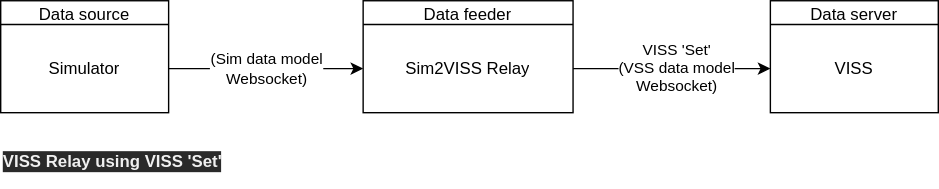
Above: feeders/r-sim-feeder/doc/r-sim2viss-feeder-viss-set.drawio.svg in slawr/vss-otaku (draw.io), before the change. Source tidied: cells renumbered, new cells last; positions are measured from the earlier drawing's top-left corner, leaving out a move shared by most shapes. Source of this version:
```xml
<mxGraphModel>
  <root>
    <mxCell id="0" />
    <mxCell id="1" parent="0" />
    <mxCell id="2" style="endArrow=classic;html=1;exitX=1;exitY=0.5;exitDx=0;exitDy=0;entryX=0;entryY=0.5;entryDx=0;entryDy=0;" parent="1" edge="1" source="13" target="18">
      <mxGeometry relative="1" as="geometry" />
    </mxCell>
    <mxCell id="3" value="VISS 'Set'&lt;br&gt;(VSS data model&lt;br&gt;Websocket)" style="edgeLabel;html=1;align=center;verticalAlign=middle;" parent="2" vertex="1">
      <mxGeometry relative="1" as="geometry">
        <mxPoint x="2" y="-1" as="offset" />
      </mxGeometry>
    </mxCell>
    <mxCell id="4" value="(Sim data model&lt;br&gt;Websocket)" style="edgeStyle=none;html=1;strokeWidth=1;exitX=1;exitY=0.5;exitDx=0;exitDy=0;entryX=0;entryY=0.5;entryDx=0;entryDy=0;" parent="1" edge="1" source="8" target="13">
      <mxGeometry relative="1" as="geometry" />
    </mxCell>
    <mxCell id="5" style="shape=table;html=1;whiteSpace=wrap;startSize=0;" parent="1" vertex="1">
      <mxGeometry width="120" height="80" as="geometry" />
    </mxCell>
    <mxCell id="6" style="shape=partialRectangle;html=1;whiteSpace=wrap;fillColor=none;top=0;left=0;bottom=0;right=0;" parent="5" vertex="1">
      <mxGeometry width="120" height="17" as="geometry" />
    </mxCell>
    <mxCell id="7" value="Data source" style="shape=partialRectangle;html=1;whiteSpace=wrap;fillColor=none;top=0;left=0;bottom=0;right=0;overflow=hidden;" parent="6" vertex="1">
      <mxGeometry width="120" height="17" as="geometry" />
    </mxCell>
    <mxCell id="8" style="shape=partialRectangle;html=1;whiteSpace=wrap;fillColor=none;top=0;left=0;bottom=0;right=0;points=[[0,0.5],[1,0.5]];portConstraint=eastwest;" parent="5" vertex="1">
      <mxGeometry y="17" width="120" height="63" as="geometry" />
    </mxCell>
    <mxCell id="9" value="Simulator" style="shape=partialRectangle;html=1;whiteSpace=wrap;fillColor=none;top=0;left=0;bottom=0;right=0;overflow=hidden;" parent="8" vertex="1">
      <mxGeometry width="120" height="63" as="geometry" />
    </mxCell>
    <mxCell id="10" style="shape=table;html=1;whiteSpace=wrap;startSize=0;" parent="1" vertex="1">
      <mxGeometry x="259" width="150" height="80" as="geometry" />
    </mxCell>
    <mxCell id="11" style="shape=partialRectangle;html=1;whiteSpace=wrap;fillColor=none;top=0;left=0;bottom=0;right=0;" parent="10" vertex="1">
      <mxGeometry width="150" height="17" as="geometry" />
    </mxCell>
    <mxCell id="12" value="Data feeder" style="shape=partialRectangle;html=1;whiteSpace=wrap;fillColor=none;top=0;left=0;bottom=0;right=0;overflow=hidden;" parent="11" vertex="1">
      <mxGeometry width="150" height="17" as="geometry" />
    </mxCell>
    <mxCell id="13" style="shape=partialRectangle;html=1;whiteSpace=wrap;fillColor=none;top=0;left=0;bottom=0;right=0;points=[[0,0.5],[1,0.5]];portConstraint=eastwest;" parent="10" vertex="1">
      <mxGeometry y="17" width="150" height="63" as="geometry" />
    </mxCell>
    <mxCell id="14" value="Sim2VISS Relay" style="shape=partialRectangle;html=1;whiteSpace=wrap;fillColor=none;top=0;left=0;bottom=0;right=0;overflow=hidden;" parent="13" vertex="1">
      <mxGeometry width="150" height="63" as="geometry" />
    </mxCell>
    <mxCell id="15" style="shape=table;html=1;whiteSpace=wrap;startSize=0;" parent="1" vertex="1">
      <mxGeometry x="550" width="120" height="80" as="geometry" />
    </mxCell>
    <mxCell id="16" style="shape=partialRectangle;html=1;whiteSpace=wrap;fillColor=none;top=0;left=0;bottom=0;right=0;" parent="15" vertex="1">
      <mxGeometry width="120" height="17" as="geometry" />
    </mxCell>
    <mxCell id="17" value="Data server" style="shape=partialRectangle;html=1;whiteSpace=wrap;fillColor=none;top=0;left=0;bottom=0;right=0;overflow=hidden;" parent="16" vertex="1">
      <mxGeometry width="120" height="17" as="geometry" />
    </mxCell>
    <mxCell id="18" style="shape=partialRectangle;html=1;whiteSpace=wrap;fillColor=none;top=0;left=0;bottom=0;right=0;points=[[0,0.5],[1,0.5]];portConstraint=eastwest;" parent="15" vertex="1">
      <mxGeometry y="17" width="120" height="63" as="geometry" />
    </mxCell>
    <mxCell id="19" value="VISS" style="shape=partialRectangle;html=1;whiteSpace=wrap;fillColor=none;top=0;left=0;bottom=0;right=0;overflow=hidden;" parent="18" vertex="1">
      <mxGeometry width="120" height="63" as="geometry" />
    </mxCell>
    <mxCell id="20" value="&lt;p style=&quot;color: rgb(240, 240, 240); font-family: helvetica; font-style: normal; letter-spacing: normal; text-indent: 0px; text-transform: none; word-spacing: 0px; background-color: rgb(42, 42, 42);&quot;&gt;&lt;b&gt;VISS Relay using VISS 'Set'&lt;/b&gt;&lt;/p&gt;" style="text;html=1;strokeColor=none;fillColor=none;align=left;verticalAlign=middle;whiteSpace=wrap;rounded=0;" parent="1" vertex="1">
      <mxGeometry y="100" width="180" height="30" as="geometry" />
    </mxCell>
  </root>
</mxGraphModel>
```
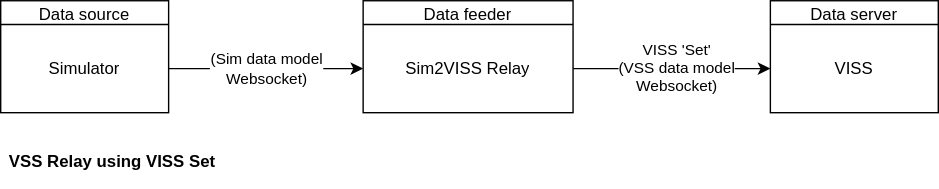
Above is the later version.

Commit message:
r-sim feeder: fix diagram label formatting

The edit, as a diff of the source:
```diff
@@ -58,8 +58,8 @@
     <mxCell id="19" value="VISS" style="shape=partialRectangle;html=1;whiteSpace=wrap;fillColor=none;top=0;left=0;bottom=0;right=0;overflow=hidden;" parent="18" vertex="1">
       <mxGeometry width="120" height="63" as="geometry" />
     </mxCell>
-    <mxCell id="20" value="&lt;p style=&quot;color: rgb(240, 240, 240); font-family: helvetica; font-style: normal; letter-spacing: normal; text-indent: 0px; text-transform: none; word-spacing: 0px; background-color: rgb(42, 42, 42);&quot;&gt;&lt;b&gt;VISS Relay using VISS 'Set'&lt;/b&gt;&lt;/p&gt;" style="text;html=1;strokeColor=none;fillColor=none;align=left;verticalAlign=middle;whiteSpace=wrap;rounded=0;" parent="1" vertex="1">
-      <mxGeometry y="100" width="180" height="30" as="geometry" />
+    <mxCell id="20" value="&lt;p&gt;VSS Relay using VISS Set&lt;/p&gt;" style="text;html=1;strokeColor=none;fillColor=none;align=center;verticalAlign=middle;whiteSpace=wrap;rounded=0;fontStyle=1;" parent="1" vertex="1">
+      <mxGeometry y="100" width="160" height="30" as="geometry" />
     </mxCell>
   </root>
 </mxGraphModel>
```
